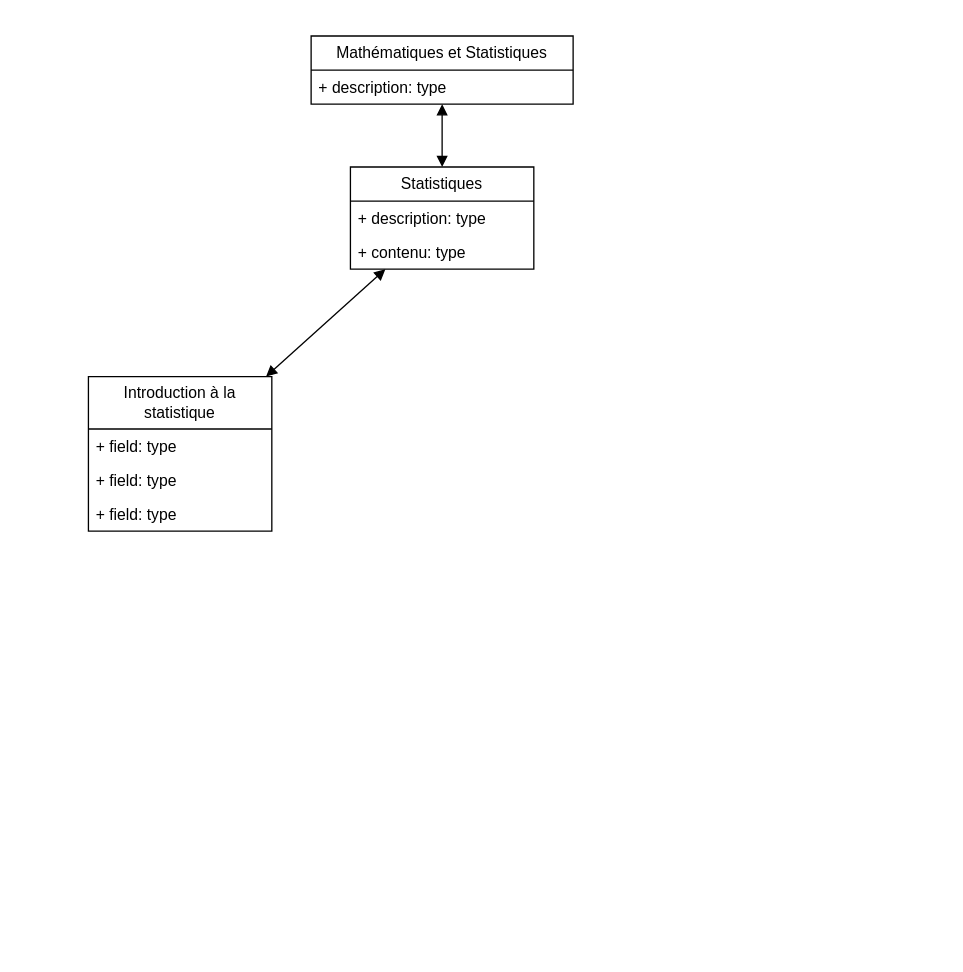
Before: Statistiques.drawio in jean-seb-2106/pythontest, a draw.io diagram. Source tidied: cells renumbered, new cells numbered last; positions are measured from the earlier drawing's top-left corner, leaving out a move shared by most shapes. Both pictures are drawn from the tidied source at 131%, with x=0, y=0 at pixel (88, 35).
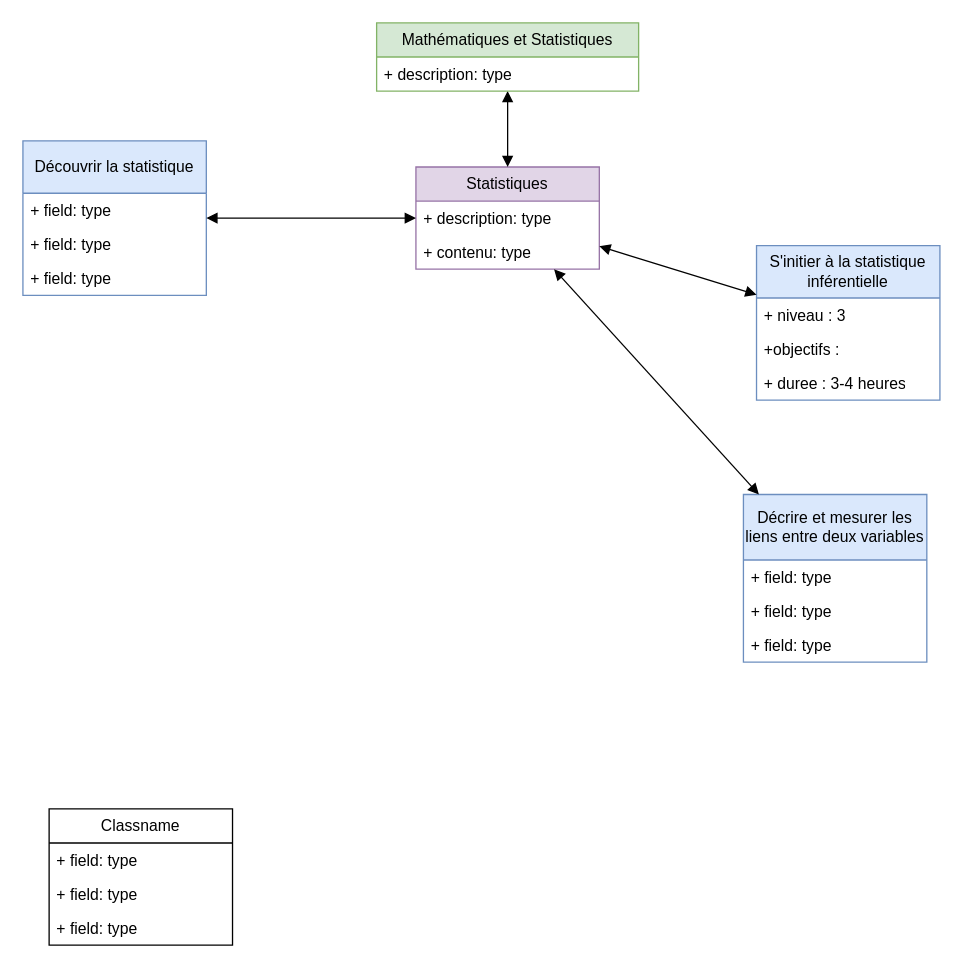
Above is the later version.

Commit message (it also covers changes not shown here):
Mettre à jour Statistiques.drawio

What changed in the source:
```diff
@@
-    <mxCell id="2" value="Statistiques" style="swimlane;fontStyle=0;horizontal=1;startSize=26;fillColor=none;whiteSpace=wrap;html=1;" parent="1" vertex="1">
-      <mxGeometry x="200" y="100" width="140" height="78" as="geometry" />
+    <mxCell id="2" value="Statistiques" style="swimlane;fontStyle=0;horizontal=1;startSize=26;fillColor=#e1d5e7;whiteSpace=wrap;html=1;strokeColor=#9673a6;" parent="1" vertex="1">
+      <mxGeometry x="250" y="100" width="140" height="78" as="geometry" />
     </mxCell>
@@
-    <mxCell id="6" value="Mathématiques et Statistiques" style="swimlane;fontStyle=0;horizontal=1;startSize=26;fillColor=none;whiteSpace=wrap;html=1;" parent="1" vertex="1">
-      <mxGeometry x="170" width="200" height="52" as="geometry" />
+    <mxCell id="6" value="Mathématiques et Statistiques" style="swimlane;fontStyle=0;horizontal=1;startSize=26;fillColor=#d5e8d4;whiteSpace=wrap;html=1;strokeColor=#82b366;" parent="1" vertex="1">
+      <mxGeometry x="220" y="-10" width="200" height="52" as="geometry" />
     </mxCell>
@@
-    <mxCell id="8" value="Introduction à la statistique" style="swimlane;fontStyle=0;horizontal=1;startSize=40;fillColor=none;whiteSpace=wrap;html=1;" parent="1" vertex="1">
-      <mxGeometry y="260" width="140" height="118" as="geometry" />
+    <mxCell id="8" value="Découvrir la statistique" style="swimlane;fontStyle=0;horizontal=1;startSize=40;fillColor=#dae8fc;whiteSpace=wrap;html=1;strokeColor=#6c8ebf;" parent="1" vertex="1">
+      <mxGeometry x="-50" y="80" width="140" height="118" as="geometry" />
     </mxCell>
@@
+    <mxCell id="13" value="Décrire et mesurer les liens entre deux variables" style="swimlane;fontStyle=0;horizontal=1;startSize=50;fillColor=#dae8fc;whiteSpace=wrap;html=1;strokeColor=#6c8ebf;" parent="1" vertex="1">
+      <mxGeometry x="500" y="350" width="140" height="128" as="geometry" />
+    </mxCell>
+    <mxCell id="14" value="+ field: type" style="text;strokeColor=none;fillColor=none;align=left;verticalAlign=top;spacingLeft=4;spacingRight=4;overflow=hidden;whiteSpace=wrap;html=1;" parent="13" vertex="1">
+      <mxGeometry y="50" width="140" height="26" as="geometry" />
+    </mxCell>
+    <mxCell id="15" value="+ field: type" style="text;strokeColor=none;fillColor=none;align=left;verticalAlign=top;spacingLeft=4;spacingRight=4;overflow=hidden;whiteSpace=wrap;html=1;" parent="13" vertex="1">
+      <mxGeometry y="76" width="140" height="26" as="geometry" />
+    </mxCell>
+    <mxCell id="16" value="+ field: type" style="text;strokeColor=none;fillColor=none;align=left;verticalAlign=top;spacingLeft=4;spacingRight=4;overflow=hidden;whiteSpace=wrap;html=1;" parent="13" vertex="1">
+      <mxGeometry y="102" width="140" height="26" as="geometry" />
+    </mxCell>
+    <mxCell id="17" value="S'initier à la statistique inférentielle" style="swimlane;fontStyle=0;horizontal=1;startSize=40;fillColor=#dae8fc;whiteSpace=wrap;html=1;strokeColor=#6c8ebf;" parent="1" vertex="1">
+      <mxGeometry x="510" y="160" width="140" height="118" as="geometry" />
+    </mxCell>
+    <mxCell id="18" value="+ niveau : 3" style="text;strokeColor=none;fillColor=none;align=left;verticalAlign=top;spacingLeft=4;spacingRight=4;overflow=hidden;whiteSpace=wrap;html=1;" parent="17" vertex="1">
+      <mxGeometry y="40" width="140" height="26" as="geometry" />
+    </mxCell>
+    <mxCell id="19" value="+objectifs :" style="text;strokeColor=none;fillColor=none;align=left;verticalAlign=top;spacingLeft=4;spacingRight=4;overflow=hidden;whiteSpace=wrap;html=1;" parent="17" vertex="1">
+      <mxGeometry y="66" width="140" height="26" as="geometry" />
+    </mxCell>
+    <mxCell id="20" value="+ duree : 3-4 heures" style="text;strokeColor=none;fillColor=none;align=left;verticalAlign=top;spacingLeft=4;spacingRight=4;overflow=hidden;whiteSpace=wrap;html=1;" parent="17" vertex="1">
+      <mxGeometry y="92" width="140" height="26" as="geometry" />
+    </mxCell>
+    <mxCell id="21" style="endArrow=block;startArrow=block;endFill=1;startFill=1;html=1;rounded=0;" parent="1" edge="1" source="2" target="13">
+      <mxGeometry relative="1" as="geometry" />
+    </mxCell>
+    <mxCell id="22" value="Classname" style="swimlane;fontStyle=0;horizontal=1;startSize=26;fillColor=none;whiteSpace=wrap;html=1;" parent="1" vertex="1">
+      <mxGeometry x="-30" y="590" width="140" height="104" as="geometry" />
+    </mxCell>
+    <mxCell id="23" value="+ field: type" style="text;strokeColor=none;fillColor=none;align=left;verticalAlign=top;spacingLeft=4;spacingRight=4;overflow=hidden;whiteSpace=wrap;html=1;" parent="22" vertex="1">
+      <mxGeometry y="26" width="140" height="26" as="geometry" />
+    </mxCell>
+    <mxCell id="24" value="+ field: type" style="text;strokeColor=none;fillColor=none;align=left;verticalAlign=top;spacingLeft=4;spacingRight=4;overflow=hidden;whiteSpace=wrap;html=1;" parent="22" vertex="1">
+      <mxGeometry y="52" width="140" height="26" as="geometry" />
+    </mxCell>
+    <mxCell id="25" value="+ field: type" style="text;strokeColor=none;fillColor=none;align=left;verticalAlign=top;spacingLeft=4;spacingRight=4;overflow=hidden;whiteSpace=wrap;html=1;" parent="22" vertex="1">
+      <mxGeometry y="78" width="140" height="26" as="geometry" />
+    </mxCell>
+    <mxCell id="26" style="endArrow=block;startArrow=block;endFill=1;startFill=1;html=1;rounded=0;" parent="1" edge="1" source="2" target="17">
+      <mxGeometry relative="1" as="geometry" />
+    </mxCell>
```
